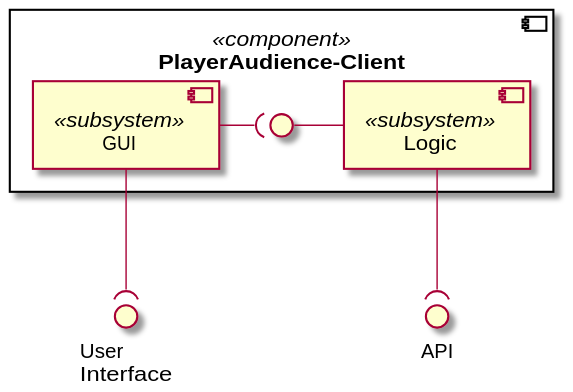
The PlantUML diagram Docs/Technical Specifications/docs/diagrams/ComponentDiagrams/PlayerAudienceClientComponentDiagram.svg in Brotenko/QualityQuest, before a commit.
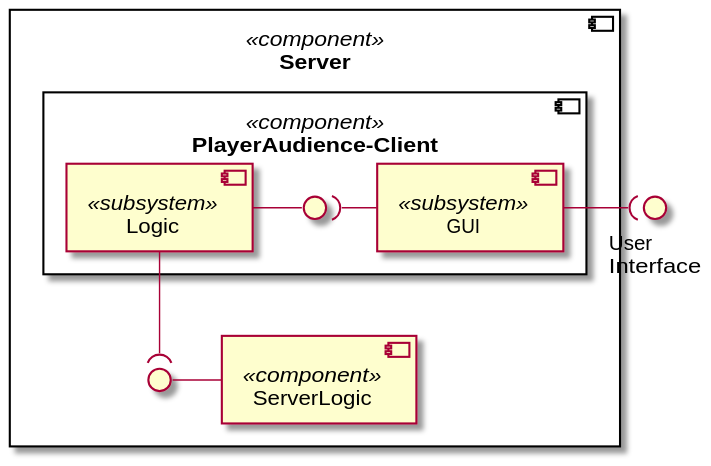
Above is the later version.

Commit message:
updated component-diagrams to the new architecture

Diff of the diagram source:
```diff
@@ -1,15 +1,22 @@
 @startuml
 () "User\nInterface" as ui
-() "API" as api
 
-component "PlayerAudience-Client" <<component>> as ac{
-    [GUI] <<subsystem>>
-    [Logic] <<subsystem>>
-    () " " as empty
+component "Server" <<component>> as sl{
+    () " " as api
+
+    component "PlayerAudience-Client" <<component>> as ac{
+        [GUI] <<subsystem>>
+        [Logic] <<subsystem>>
+        () " " as empty
+    }
+
+    [ServerLogic] <<component>> as server
+
+
 }
-
-ui )-up- GUI
-empty - Logic
-GUI -( empty
+ui )-left- GUI
+empty -left- Logic
+GUI -left( empty
 Logic -down-( api
+api -server
 @enduml
```
